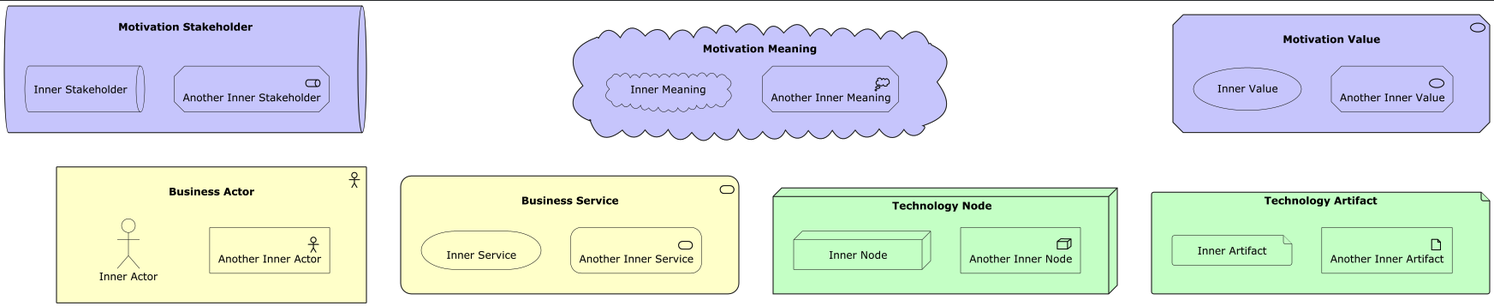
The PlantUML diagram images/SpecialShapes.png in plantuml-stdlib/Archimate-PlantUML, before a commit. Its source is kept beside it as samples/SpecialShapes.puml.
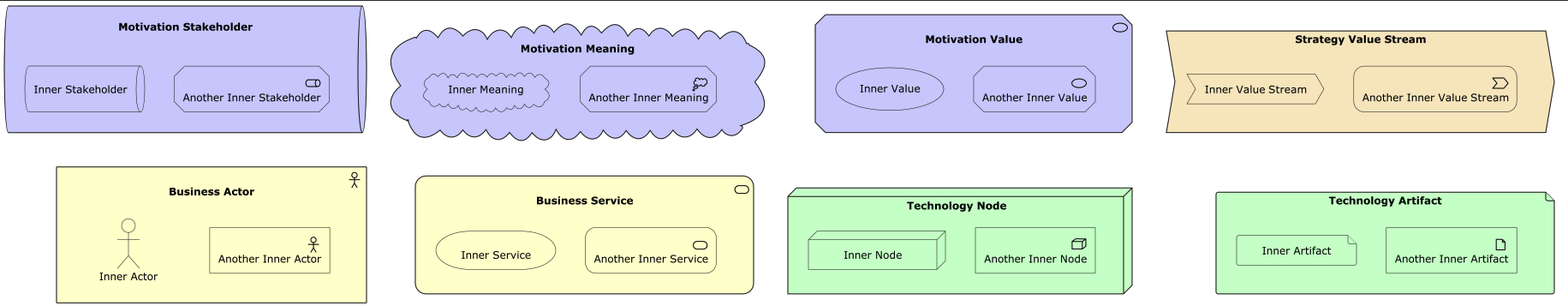
The same diagram one commit later.

Commit message:
Add special shape for Strategy Value Stream

What changed in the source:
```diff
@@ -24,6 +24,11 @@
     Motivation_Value(MVI, "Inner Value", $special=%true())
     Motivation_Value(MVI2, "Another Inner Value", $special=%false())
 }
+Strategy_ValueStream(SV, "Strategy Value Stream", $nest=%true()) {
+    Strategy_ValueStream(SVI, "Inner Value Stream", $special=%true())
+    Strategy_ValueStream(SVI2, "Another Inner Value Stream", $special=%false())
+}
+
 Business_Actor(BA, "Business Actor", $nest=%true()) {
     Business_Actor(BAI, "Inner Actor", $special=%true())
     Business_Actor(BAI2, "Another Inner Actor", $special=%false())
@@ -44,6 +49,6 @@
 
 MS -[hidden]- BA
 MM -[hidden]- BS
-MM -[hidden]- TN
-MV -[hidden]- TA
+MV -[hidden]- TN
+SV -[hidden]- TA
 @enduml
```
